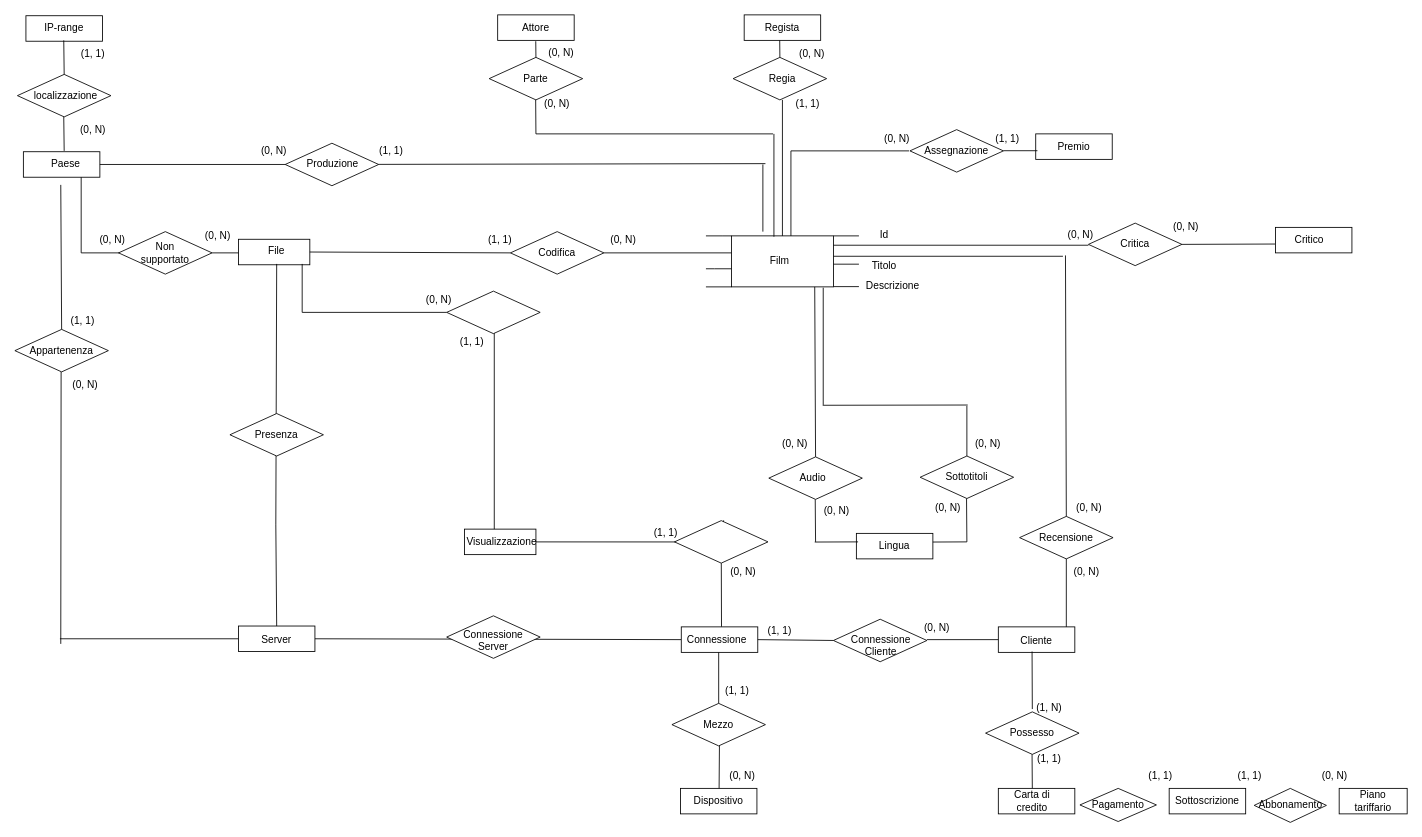
Before: ER_ristr.drawio in gcairone/progettodb, a draw.io diagram. Source tidied: cells renumbered, new cells numbered last; positions are measured from the earlier drawing's top-left corner, leaving out a move shared by most shapes. Both pictures are drawn from the tidied source at 85%, with x=0, y=0 at pixel (14, 14).
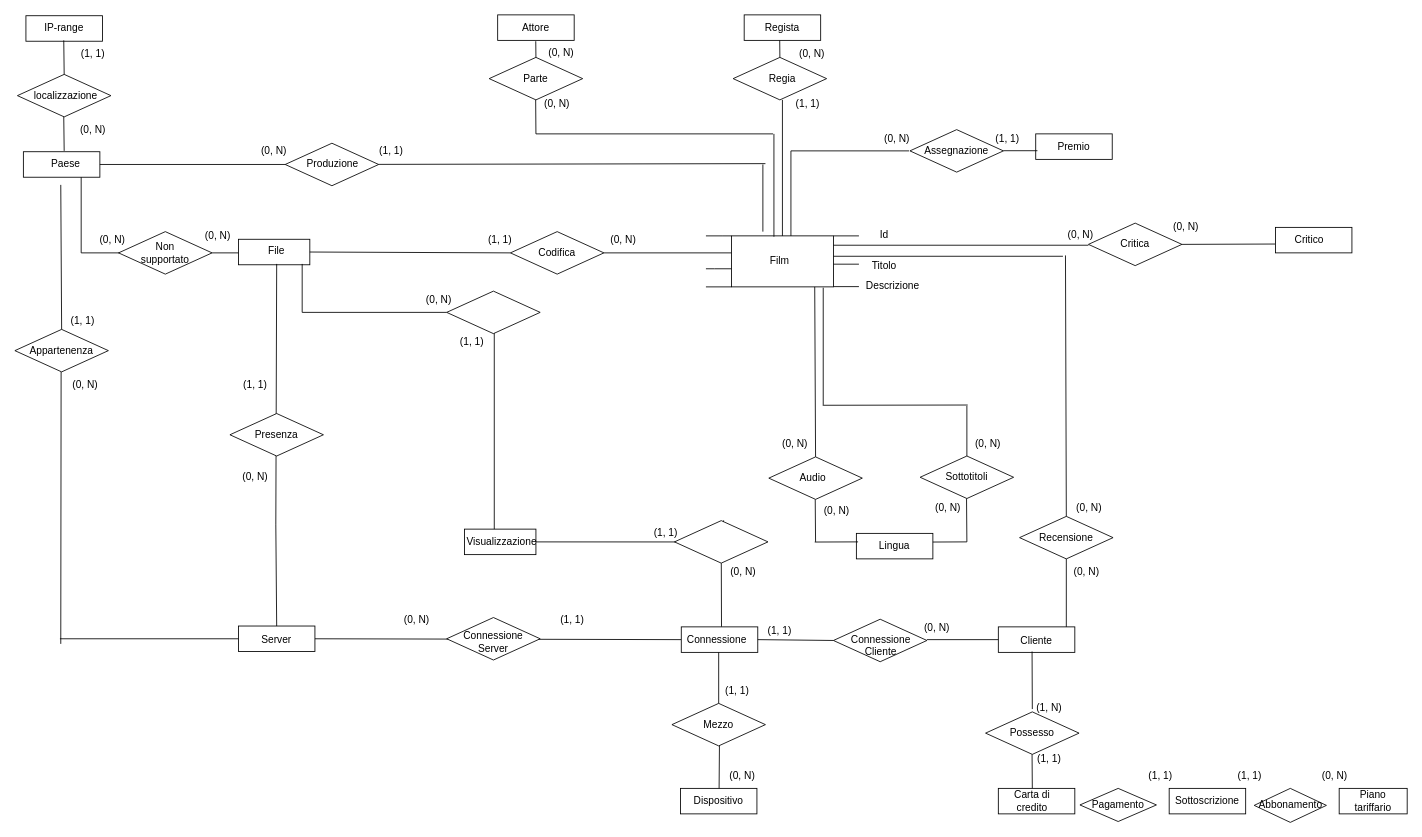
The same diagram, later.

The edit, as a diff of the source:
```diff
@@
     <mxCell id="159" style="rhombus;whiteSpace=wrap;html=1;" parent="1" vertex="1">
-      <mxGeometry x="508" y="707" width="110" height="50" as="geometry" />
+      <mxGeometry x="508" y="709" width="110" height="50" as="geometry" />
     </mxCell>
     <mxCell id="160" value="Connessione Server" style="text;html=1;strokeColor=none;fillColor=none;align=center;verticalAlign=middle;whiteSpace=wrap;rounded=0;" parent="1" vertex="1">
-      <mxGeometry x="533" y="722" width="60" height="28" as="geometry" />
+      <mxGeometry x="533" y="724" width="60" height="28" as="geometry" />
     </mxCell>
@@
+    <mxCell id="174" value="(1, 1)" style="text;html=1;strokeColor=none;fillColor=none;align=center;verticalAlign=middle;whiteSpace=wrap;rounded=0;" parent="1" vertex="1">
+      <mxGeometry x="253" y="420" width="60" height="30" as="geometry" />
+    </mxCell>
+    <mxCell id="175" value="(0, N)" style="text;html=1;strokeColor=none;fillColor=none;align=center;verticalAlign=middle;whiteSpace=wrap;rounded=0;" parent="1" vertex="1">
+      <mxGeometry x="253" y="529" width="60" height="30" as="geometry" />
+    </mxCell>
+    <mxCell id="176" value="(1, 1)" style="text;html=1;strokeColor=none;fillColor=none;align=center;verticalAlign=middle;whiteSpace=wrap;rounded=0;" parent="1" vertex="1">
+      <mxGeometry x="625.5" y="697" width="60" height="30" as="geometry" />
+    </mxCell>
+    <mxCell id="177" value="(0, N)" style="text;html=1;strokeColor=none;fillColor=none;align=center;verticalAlign=middle;whiteSpace=wrap;rounded=0;" parent="1" vertex="1">
+      <mxGeometry x="443" y="697" width="60" height="30" as="geometry" />
+    </mxCell>
```
